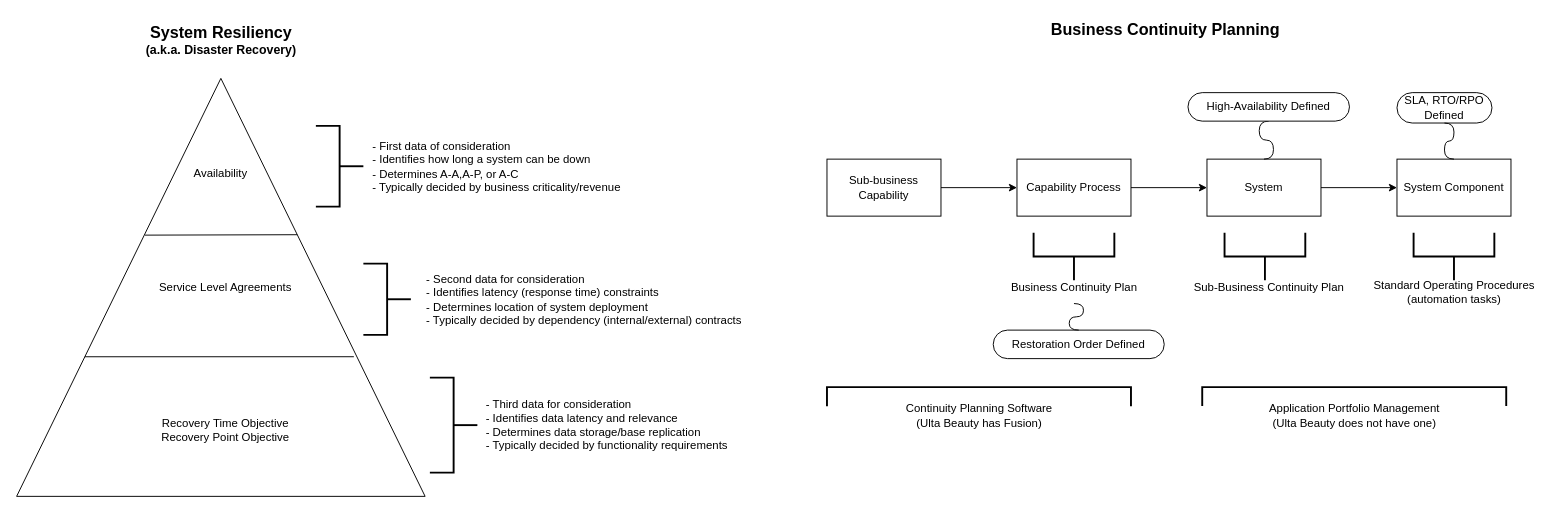
Before: page "Resiliency Data" (11 of 13) of disaster-recovery.drawio in bpayt2/temp, a draw.io diagram. Source tidied: cells renumbered, new cells numbered last; positions are measured from the earlier drawing's top-left corner, leaving out a move shared by most shapes. Both pictures are drawn from the tidied source at 95%, with x=0, y=0 at pixel (11, 16).
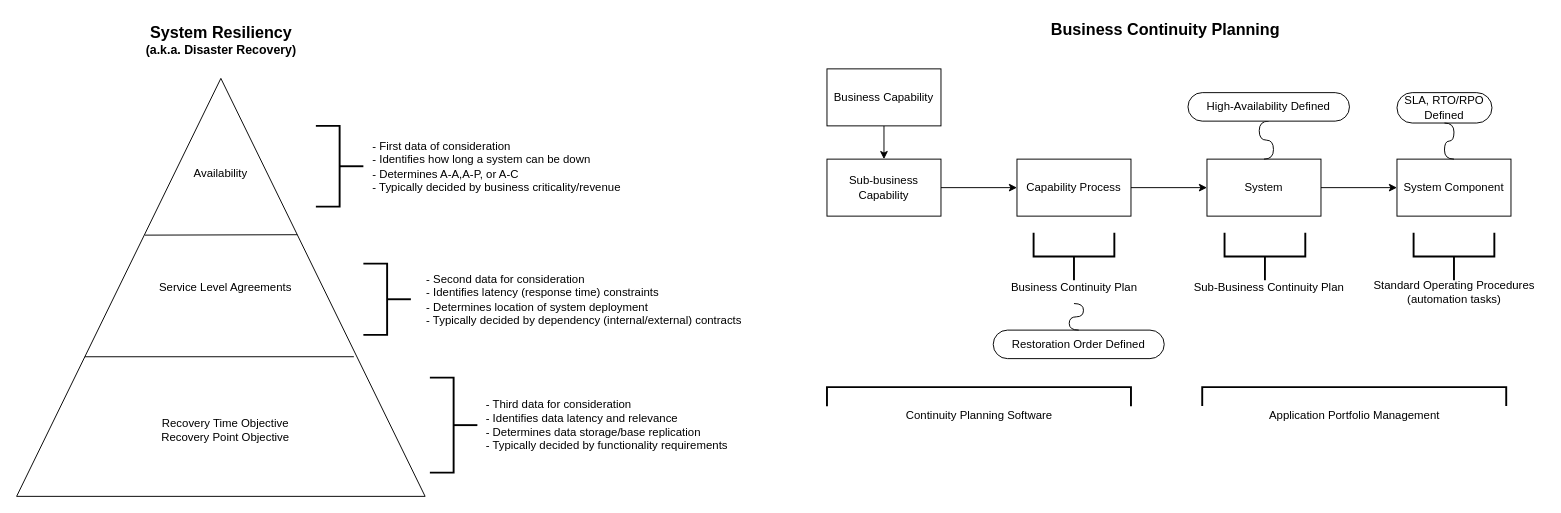
The same diagram, later.

Unchanged cells that the change refers to:
```xml
<mxCell id="17" value="Sub-business Capability" style="rounded=0;whiteSpace=wrap;html=1;" parent="1" vertex="1">
  <mxGeometry x="858" y="150" width="120" height="60" as="geometry" />
</mxCell>
```

The edit, as a diff of the source:
```diff
@@
-    <mxCell id="36" value="Continuity Planning Software&lt;br&gt;(Ulta Beauty has Fusion)" style="text;html=1;align=center;verticalAlign=middle;strokeColor=none;fillColor=none;" parent="1" vertex="1">
-      <mxGeometry x="928" y="400" width="180" height="40" as="geometry" />
+    <mxCell id="36" value="Continuity Planning Software&lt;br&gt;" style="text;html=1;align=center;verticalAlign=middle;strokeColor=none;fillColor=none;" parent="1" vertex="1">
+      <mxGeometry x="928" y="405" width="180" height="30" as="geometry" />
     </mxCell>
@@
-    <mxCell id="38" value="Application Portfolio Management&lt;br&gt;(Ulta Beauty does not have one)" style="text;html=1;align=center;verticalAlign=middle;strokeColor=none;fillColor=none;" parent="1" vertex="1">
-      <mxGeometry x="1313" y="400" width="200" height="40" as="geometry" />
+    <mxCell id="38" value="Application Portfolio Management&lt;br&gt;" style="text;html=1;align=center;verticalAlign=middle;strokeColor=none;fillColor=none;" parent="1" vertex="1">
+      <mxGeometry x="1313" y="405" width="200" height="30" as="geometry" />
     </mxCell>
+    <mxCell id="39" style="edgeStyle=orthogonalEdgeStyle;rounded=0;jettySize=auto;html=1;exitX=0.5;exitY=1;exitDx=0;exitDy=0;entryX=0.5;entryY=0;entryDx=0;entryDy=0;" parent="1" edge="1" source="40" target="17">
+      <mxGeometry relative="1" as="geometry" />
+    </mxCell>
+    <mxCell id="40" value="Business Capability" style="rounded=0;whiteSpace=wrap;html=1;" parent="1" vertex="1">
+      <mxGeometry x="858" y="55" width="120" height="60" as="geometry" />
+    </mxCell>
```
